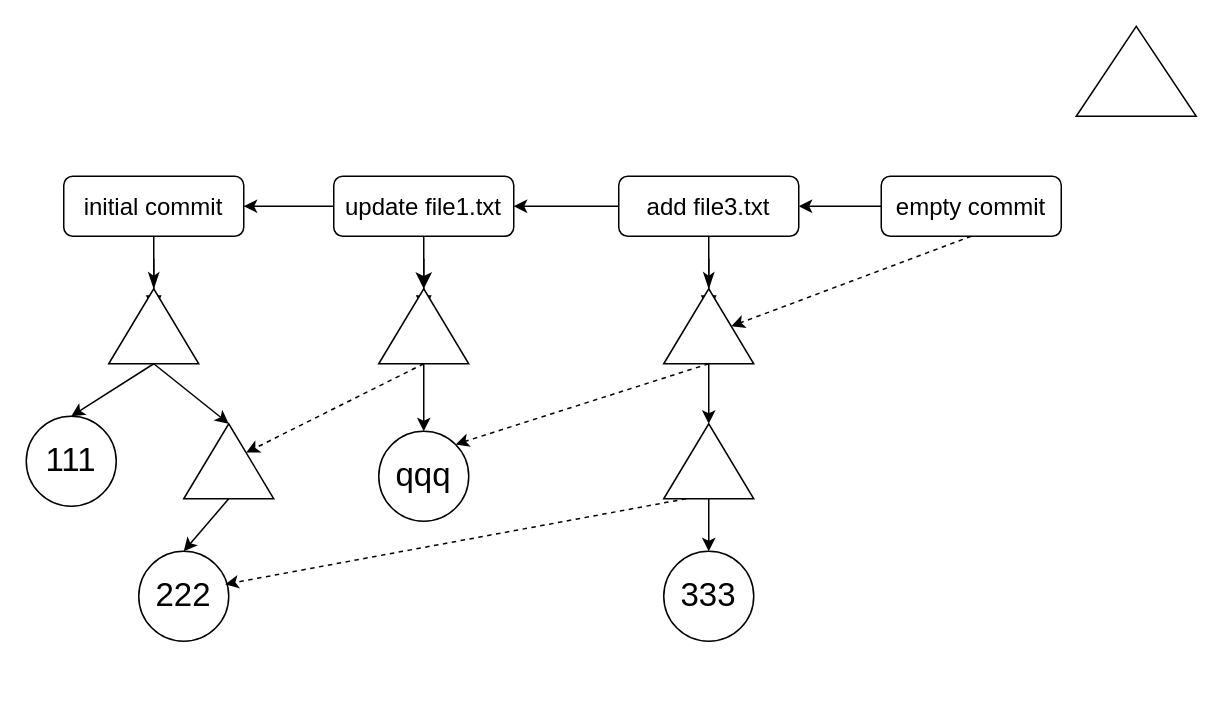
Above: Diagram bez tytułu.drawio in mk-sdev/express-api (draw.io), before the change. Source tidied: cells renumbered, new cells numbered last; positions are measured from the earlier drawing's top-left corner, leaving out a move shared by most shapes. Both pictures are drawn from the tidied source at 150%, with x=0, y=0 at pixel (26, 10).
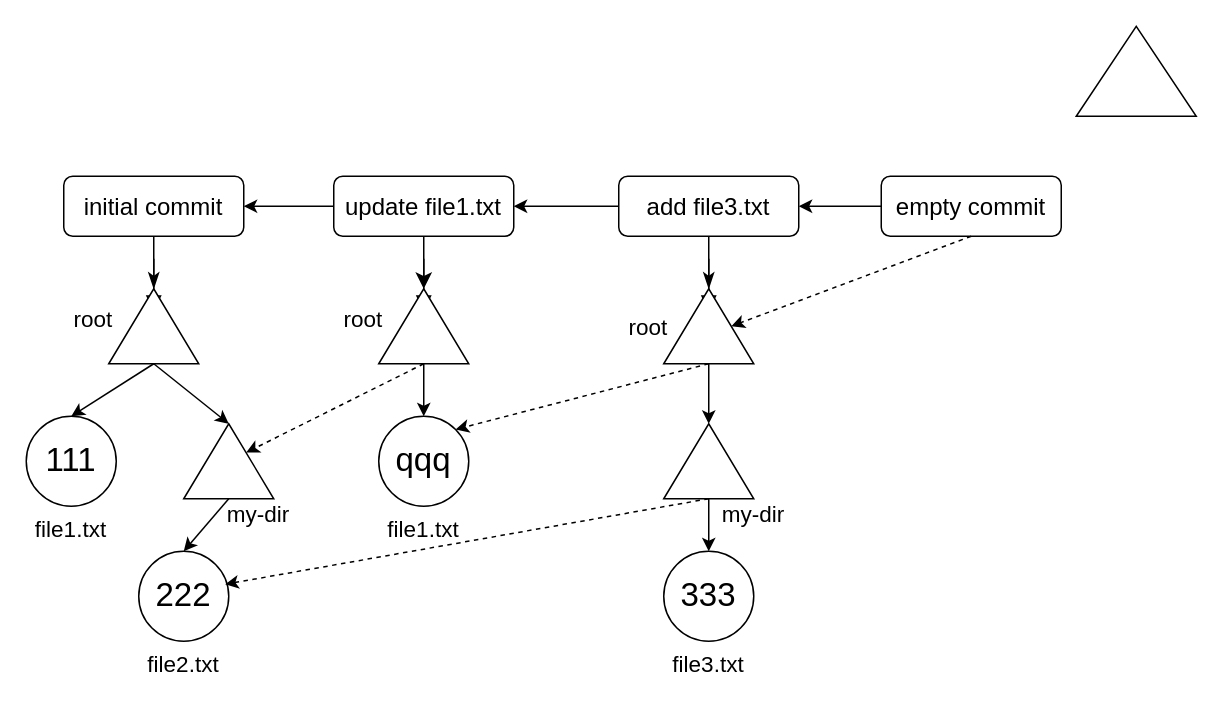
Above is the later version.

Unchanged cells that the change refers to:
```xml
<mxCell id="8" value="&lt;font style=&quot;font-size: 22px;&quot;&gt;222&lt;/font&gt;" style="ellipse;whiteSpace=wrap;html=1;" parent="1" vertex="1">
  <mxGeometry x="75" y="360" width="60" height="60" as="geometry" />
</mxCell>
<mxCell id="20" style="triangle;whiteSpace=wrap;html=1;rotation=-90;" parent="1" vertex="1">
  <mxGeometry x="430" y="270" width="50" height="60" as="geometry" />
</mxCell>
```

Diff of the diagram source:
```diff
@@
     <mxCell id="15" value="&lt;font style=&quot;font-size: 22px;&quot;&gt;qqq&lt;/font&gt;" style="ellipse;whiteSpace=wrap;html=1;" parent="1" vertex="1">
-      <mxGeometry x="235" y="280" width="60" height="60" as="geometry" />
+      <mxGeometry x="235" y="270" width="60" height="60" as="geometry" />
     </mxCell>
@@
-    <mxCell id="31" style="endArrow=classic;html=1;rounded=0;entryX=0.96;entryY=0.367;entryDx=0;entryDy=0;entryPerimeter=0;dashed=1;exitX=0;exitY=0.25;exitDx=0;exitDy=0;" parent="1" edge="1" source="20" target="8">
+    <mxCell id="31" style="endArrow=classic;html=1;rounded=0;entryX=0.96;entryY=0.367;entryDx=0;entryDy=0;entryPerimeter=0;dashed=1;exitX=0;exitY=0.5;exitDx=0;exitDy=0;" parent="1" edge="1" source="20" target="8">
       <mxGeometry relative="1" as="geometry" />
     </mxCell>
@@
+    <mxCell id="35" value="&lt;font style=&quot;font-size: 15px;&quot;&gt;file1.txt&lt;/font&gt;" style="text;html=1;align=center;verticalAlign=middle;whiteSpace=wrap;rounded=0;" parent="1" vertex="1">
+      <mxGeometry y="330" width="60" height="30" as="geometry" />
+    </mxCell>
+    <mxCell id="36" value="&lt;font style=&quot;font-size: 15px;&quot;&gt;file2.txt&lt;/font&gt;" style="text;html=1;align=center;verticalAlign=middle;whiteSpace=wrap;rounded=0;" parent="1" vertex="1">
+      <mxGeometry x="75" y="420" width="60" height="30" as="geometry" />
+    </mxCell>
+    <mxCell id="37" value="&lt;font style=&quot;font-size: 15px;&quot;&gt;file1.txt&lt;/font&gt;" style="text;html=1;align=center;verticalAlign=middle;whiteSpace=wrap;rounded=0;" parent="1" vertex="1">
+      <mxGeometry x="235" y="330" width="60" height="30" as="geometry" />
+    </mxCell>
+    <mxCell id="38" value="&lt;font style=&quot;font-size: 15px;&quot;&gt;file3.txt&lt;/font&gt;" style="text;html=1;align=center;verticalAlign=middle;whiteSpace=wrap;rounded=0;" parent="1" vertex="1">
+      <mxGeometry x="425" y="420" width="60" height="30" as="geometry" />
+    </mxCell>
+    <mxCell id="39" value="&lt;span style=&quot;font-size: 15px;&quot;&gt;my-dir&lt;/span&gt;" style="text;html=1;align=center;verticalAlign=middle;whiteSpace=wrap;rounded=0;" parent="1" vertex="1">
+      <mxGeometry x="110" y="320" width="90" height="30" as="geometry" />
+    </mxCell>
+    <mxCell id="40" value="&lt;span style=&quot;font-size: 15px;&quot;&gt;my-dir&lt;/span&gt;" style="text;html=1;align=center;verticalAlign=middle;whiteSpace=wrap;rounded=0;" parent="1" vertex="1">
+      <mxGeometry x="440" y="320" width="90" height="30" as="geometry" />
+    </mxCell>
+    <mxCell id="41" value="&lt;span style=&quot;font-size: 15px;&quot;&gt;root&lt;/span&gt;" style="text;html=1;align=center;verticalAlign=middle;whiteSpace=wrap;rounded=0;" parent="1" vertex="1">
+      <mxGeometry y="190" width="90" height="30" as="geometry" />
+    </mxCell>
+    <mxCell id="42" value="&lt;span style=&quot;font-size: 15px;&quot;&gt;root&lt;/span&gt;" style="text;html=1;align=center;verticalAlign=middle;whiteSpace=wrap;rounded=0;" parent="1" vertex="1">
+      <mxGeometry x="180" y="190" width="90" height="30" as="geometry" />
+    </mxCell>
+    <mxCell id="43" value="&lt;span style=&quot;font-size: 15px;&quot;&gt;root&lt;/span&gt;" style="text;html=1;align=center;verticalAlign=middle;whiteSpace=wrap;rounded=0;" parent="1" vertex="1">
+      <mxGeometry x="370" y="195" width="90" height="30" as="geometry" />
+    </mxCell>
```
